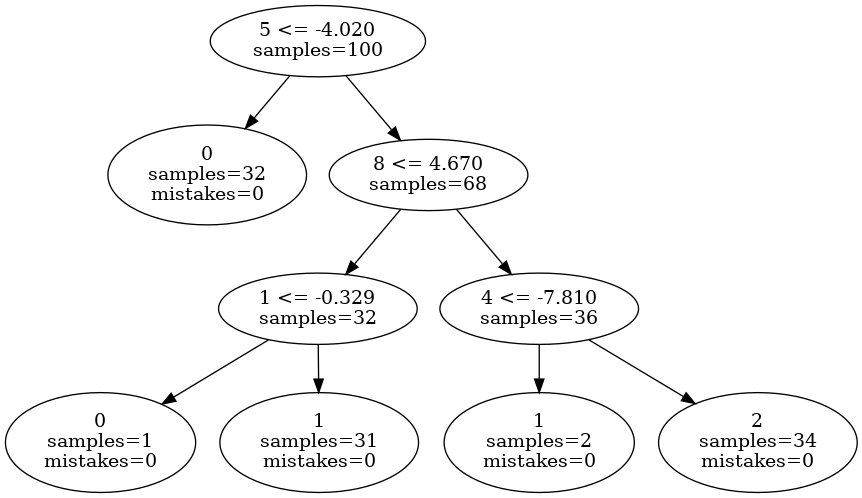
This is test.gv.png from hhant-max/Thesis, a Graphviz export, as it was before one commit. Its source is kept beside it as test.gv. The source it was exported from:
```dot
digraph ClusteringTree {
n_0 [label="5 <= -4.020
samples=\100"];
n_1 [label="0
samples=\32
mistakes=\0"];
n_2 [label="8 <= 4.670
samples=\68"];
n_3 [label="1 <= -0.329
samples=\32"];
n_4 [label="4 <= -7.810
samples=\36"];
n_5 [label="0
samples=\1
mistakes=\0"];
n_6 [label="1
samples=\31
mistakes=\0"];
n_7 [label="1
samples=\2
mistakes=\0"];
n_8 [label="2
samples=\34
mistakes=\0"];
n_0 -> n_1;
n_0 -> n_2;
n_2 -> n_3;
n_2 -> n_4;
n_3 -> n_5;
n_3 -> n_6;
n_4 -> n_7;
n_4 -> n_8;
}
```
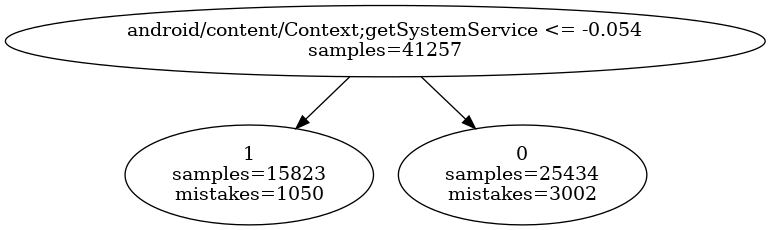
After the change.

The edit, as a diff of the source:
```diff
@@ -1,33 +1,12 @@
 digraph ClusteringTree {
-n_0 [label="5 <= -4.020
-samples=\100"];
-n_1 [label="0
-samples=\32
-mistakes=\0"];
-n_2 [label="8 <= 4.670
-samples=\68"];
-n_3 [label="1 <= -0.329
-samples=\32"];
-n_4 [label="4 <= -7.810
-samples=\36"];
-n_5 [label="0
-samples=\1
-mistakes=\0"];
-n_6 [label="1
-samples=\31
-mistakes=\0"];
-n_7 [label="1
-samples=\2
-mistakes=\0"];
-n_8 [label="2
-samples=\34
-mistakes=\0"];
+n_0 [label="android/content/Context;getSystemService <= -0.054
+samples=\41257"];
+n_1 [label="1
+samples=\15823
+mistakes=\1050"];
+n_2 [label="0
+samples=\25434
+mistakes=\3002"];
 n_0 -> n_1;
 n_0 -> n_2;
-n_2 -> n_3;
-n_2 -> n_4;
-n_3 -> n_5;
-n_3 -> n_6;
-n_4 -> n_7;
-n_4 -> n_8;
 }
```
